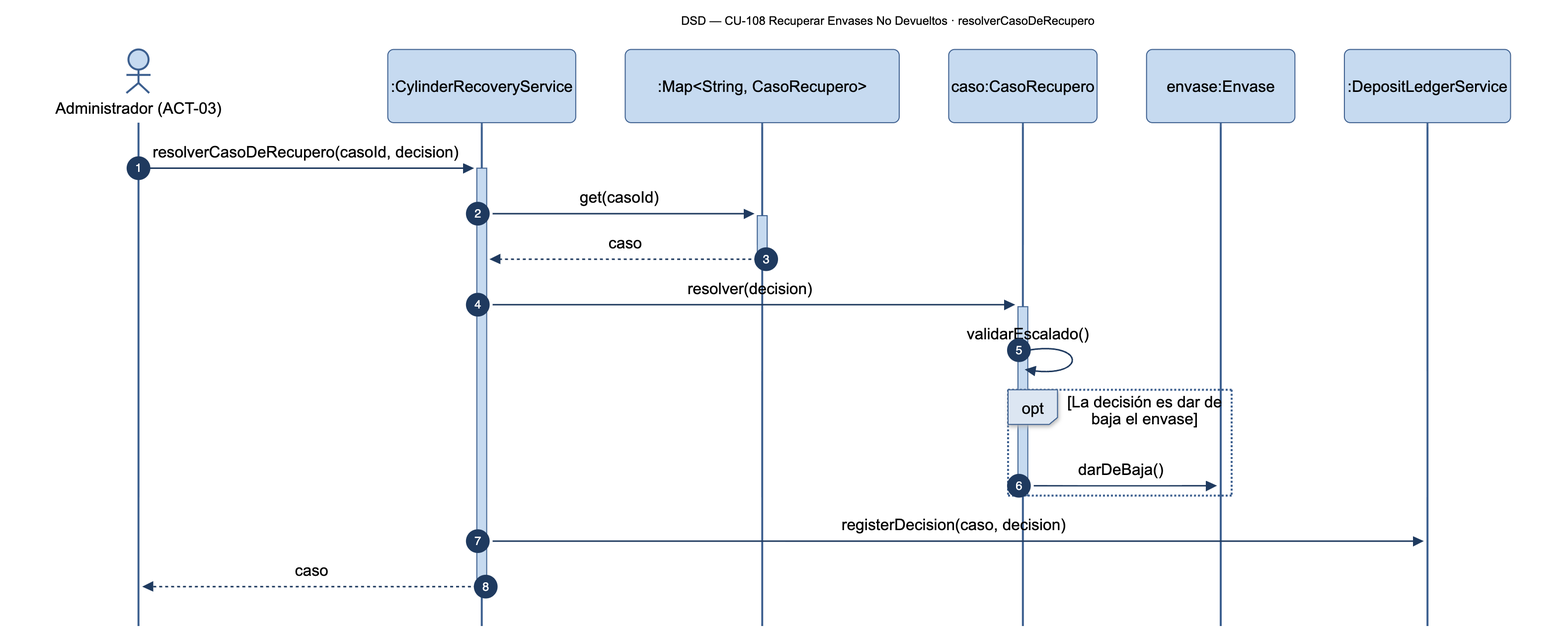
Nahuelito-Dev/splg-docs keeps this Mermaid diagram as diagramas/png/DSD_CU-108_resolverCasoDeRecupero.png. Above is the earlier version. Its source is kept beside it as diagramas/DSD_CU-108_resolverCasoDeRecupero.mmd. Its diagram source:
```mermaid
sequenceDiagram
    title DSD — CU-108 Recuperar Envases No Devueltos · resolverCasoDeRecupero
    autonumber
    actor ADM as Administrador (ACT-03)
    participant SRV as :CylinderRecoveryService
    participant COL as :Map#lt;String, CasoRecupero#gt;
    participant CAS as caso:CasoRecupero
    participant ENV as envase:Envase
    participant DEP as :DepositLedgerService

    ADM->>+SRV: resolverCasoDeRecupero(casoId, decision)
    SRV->>+COL: get(casoId)
    COL-->>-SRV: caso
    SRV->>+CAS: resolver(decision)
    CAS->>CAS: validarEscalado()
    opt La decisión es dar de baja el envase
        CAS->>ENV: darDeBaja()
    end
    deactivate CAS
    SRV->>DEP: registerDecision(caso, decision)
    SRV-->>-ADM: caso
```
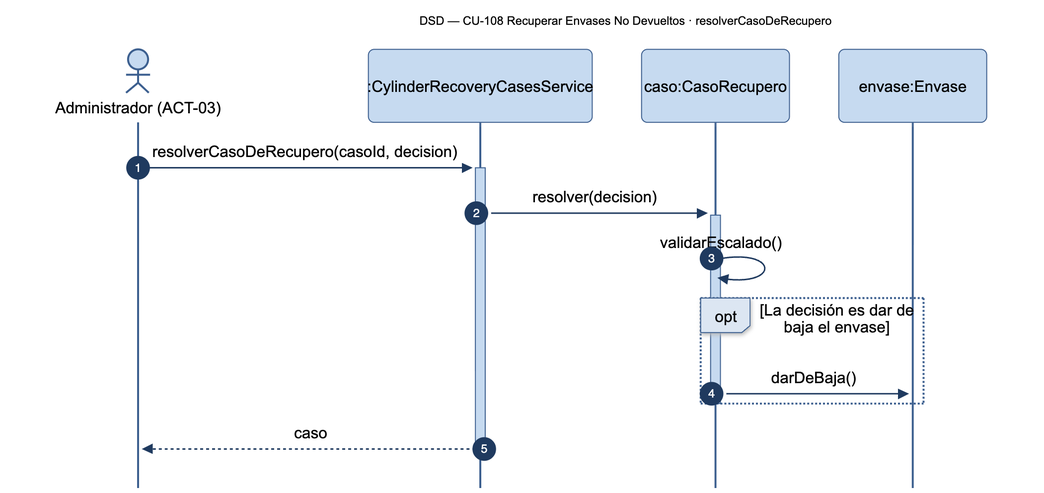
After the commit.

What changed in the source:
```diff
@@ -2,20 +2,15 @@
     title DSD — CU-108 Recuperar Envases No Devueltos · resolverCasoDeRecupero
     autonumber
     actor ADM as Administrador (ACT-03)
-    participant SRV as :CylinderRecoveryService
-    participant COL as :Map#lt;String, CasoRecupero#gt;
+    participant CCS as :CylinderRecoveryCasesService
     participant CAS as caso:CasoRecupero
     participant ENV as envase:Envase
-    participant DEP as :DepositLedgerService
 
-    ADM->>+SRV: resolverCasoDeRecupero(casoId, decision)
-    SRV->>+COL: get(casoId)
-    COL-->>-SRV: caso
-    SRV->>+CAS: resolver(decision)
+    ADM->>+CCS: resolverCasoDeRecupero(casoId, decision)
+    CCS->>+CAS: resolver(decision)
     CAS->>CAS: validarEscalado()
     opt La decisión es dar de baja el envase
         CAS->>ENV: darDeBaja()
     end
     deactivate CAS
-    SRV->>DEP: registerDecision(caso, decision)
-    SRV-->>-ADM: caso
+    CCS-->>-ADM: caso
```
